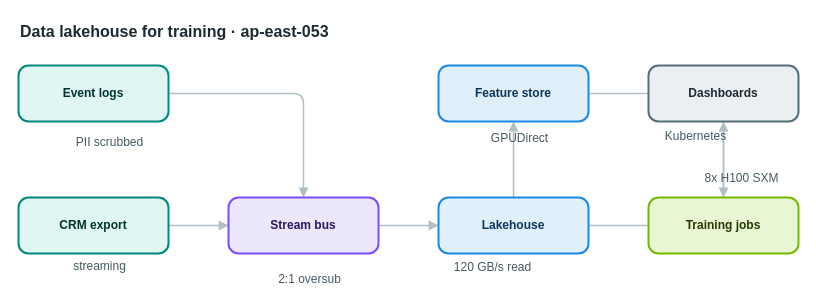
AryanG01/open-apprentice keeps this draw.io diagram as apps/web/public/samples/library/053-data-lakehouse-for-training.drawio. Above is the earlier version. Source tidied: cells renumbered, new cells numbered last; positions are measured from the earlier drawing's top-left corner, leaving out a move shared by most shapes. Both pictures are drawn from the tidied source at 100%, with x=0, y=0 at pixel (18, 17).
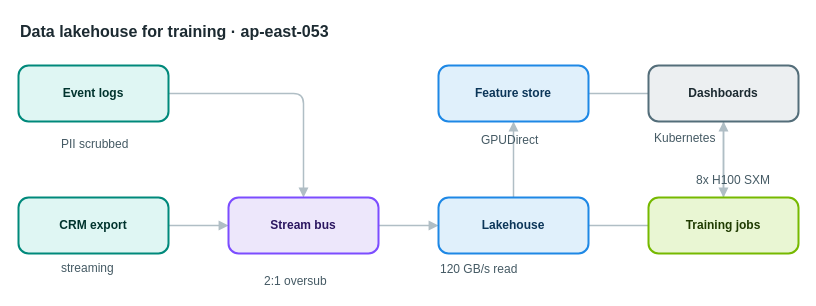
The same diagram, later.

What changed in the source:
```diff
@@
-    <mxCell id="16" value="PII scrubbed" style="text;html=1;align=center;verticalAlign=middle;whiteSpace=nowrap;strokeColor=none;fillColor=none;fontSize=12;fontColor=#455a64;" parent="1" vertex="1">
+    <mxCell id="16" value="PII scrubbed" style="text;html=1;align=left;verticalAlign=top;whiteSpace=nowrap;spacing=0;spacingTop=0;strokeColor=none;fillColor=none;fontSize=12;fontColor=#455a64;" parent="1" vertex="1">
       <mxGeometry x="43" y="115" width="96" height="20" as="geometry" />
     </mxCell>
-    <mxCell id="17" value="streaming" style="text;html=1;align=center;verticalAlign=middle;whiteSpace=nowrap;strokeColor=none;fillColor=none;fontSize=12;fontColor=#455a64;" parent="1" vertex="1">
+    <mxCell id="17" value="streaming" style="text;html=1;align=left;verticalAlign=top;whiteSpace=nowrap;spacing=0;spacingTop=0;strokeColor=none;fillColor=none;fontSize=12;fontColor=#455a64;" parent="1" vertex="1">
       <mxGeometry x="43" y="239" width="75" height="20" as="geometry" />
     </mxCell>
-    <mxCell id="18" value="2:1 oversub" style="text;html=1;align=center;verticalAlign=middle;whiteSpace=nowrap;strokeColor=none;fillColor=none;fontSize=12;fontColor=#455a64;" parent="1" vertex="1">
+    <mxCell id="18" value="2:1 oversub" style="text;html=1;align=left;verticalAlign=top;whiteSpace=nowrap;spacing=0;spacingTop=0;strokeColor=none;fillColor=none;fontSize=12;fontColor=#455a64;" parent="1" vertex="1">
       <mxGeometry x="246" y="252" width="89" height="20" as="geometry" />
     </mxCell>
-    <mxCell id="19" value="120 GB/s read" style="text;html=1;align=center;verticalAlign=middle;whiteSpace=nowrap;strokeColor=none;fillColor=none;fontSize=12;fontColor=#455a64;" parent="1" vertex="1">
+    <mxCell id="19" value="120 GB/s read" style="text;html=1;align=left;verticalAlign=top;whiteSpace=nowrap;spacing=0;spacingTop=0;strokeColor=none;fillColor=none;fontSize=12;fontColor=#455a64;" parent="1" vertex="1">
       <mxGeometry x="422" y="240" width="103" height="20" as="geometry" />
     </mxCell>
-    <mxCell id="20" value="GPUDirect" style="text;html=1;align=center;verticalAlign=middle;whiteSpace=nowrap;strokeColor=none;fillColor=none;fontSize=12;fontColor=#455a64;" parent="1" vertex="1">
+    <mxCell id="20" value="GPUDirect" style="text;html=1;align=left;verticalAlign=top;whiteSpace=nowrap;spacing=0;spacingTop=0;strokeColor=none;fillColor=none;fontSize=12;fontColor=#455a64;" parent="1" vertex="1">
       <mxGeometry x="463" y="111" width="75" height="20" as="geometry" />
     </mxCell>
-    <mxCell id="21" value="8x H100 SXM" style="text;html=1;align=center;verticalAlign=middle;whiteSpace=nowrap;strokeColor=none;fillColor=none;fontSize=12;fontColor=#455a64;" parent="1" vertex="1">
+    <mxCell id="21" value="8x H100 SXM" style="text;html=1;align=left;verticalAlign=top;whiteSpace=nowrap;spacing=0;spacingTop=0;strokeColor=none;fillColor=none;fontSize=12;fontColor=#455a64;" parent="1" vertex="1">
       <mxGeometry x="678" y="151" width="89" height="20" as="geometry" />
     </mxCell>
-    <mxCell id="22" value="Kubernetes" style="text;html=1;align=center;verticalAlign=middle;whiteSpace=nowrap;strokeColor=none;fillColor=none;fontSize=12;fontColor=#455a64;" parent="1" vertex="1">
+    <mxCell id="22" value="Kubernetes" style="text;html=1;align=left;verticalAlign=top;whiteSpace=nowrap;spacing=0;spacingTop=0;strokeColor=none;fillColor=none;fontSize=12;fontColor=#455a64;" parent="1" vertex="1">
       <mxGeometry x="636" y="109" width="82" height="20" as="geometry" />
     </mxCell>
```
